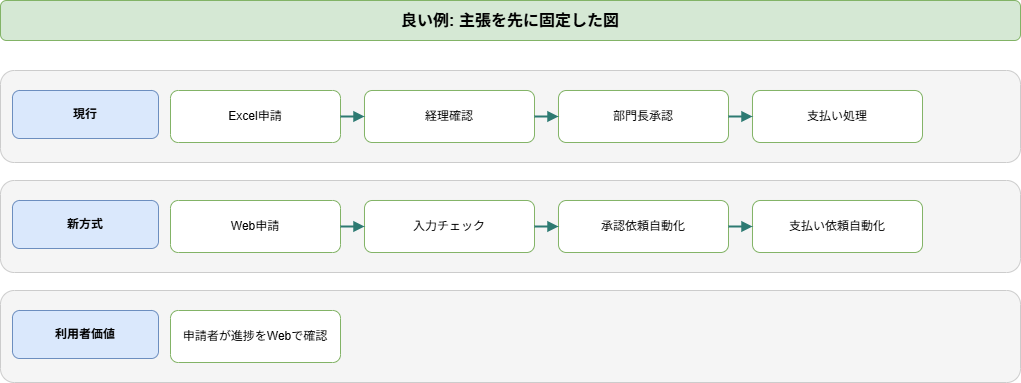
kaku3/workbooks keeps this draw.io diagram as docs/zukai-drill/data/diagrams/expense-workflow-redesign_good-diagram.drawio.png. Above is the earlier version. Source tidied: cells renumbered, new cells last; positions are measured from the earlier drawing's top-left corner, leaving out a move shared by most shapes. The source it was exported from:
```xml
<mxGraphModel>
  <root>
    <mxCell id="0" />
    <mxCell id="1" parent="0" />
    <mxCell id="2" value="良い例: 主張を先に固定した図" style="rounded=1;whiteSpace=wrap;html=1;fillColor=#d5e8d4;strokeColor=#82b366;fontSize=16;fontStyle=1;" parent="1" vertex="1">
      <mxGeometry width="1020" height="40" as="geometry" />
    </mxCell>
    <mxCell id="3" style="rounded=1;whiteSpace=wrap;html=1;fillColor=#f5f5f5;strokeColor=#cccccc;" parent="1" vertex="1">
      <mxGeometry y="70" width="1020" height="92" as="geometry" />
    </mxCell>
    <mxCell id="4" value="現行" style="rounded=1;whiteSpace=wrap;html=1;fillColor=#dae8fc;strokeColor=#6c8ebf;fontStyle=1;" parent="1" vertex="1">
      <mxGeometry x="12" y="90" width="146" height="48" as="geometry" />
    </mxCell>
    <mxCell id="5" value="Excel申請" style="rounded=1;whiteSpace=wrap;html=1;fillColor=#ffffff;strokeColor=#82b366;" parent="1" vertex="1">
      <mxGeometry x="170" y="90" width="170" height="52" as="geometry" />
    </mxCell>
    <mxCell id="6" value="経理確認" style="rounded=1;whiteSpace=wrap;html=1;fillColor=#ffffff;strokeColor=#82b366;" parent="1" vertex="1">
      <mxGeometry x="364" y="90" width="170" height="52" as="geometry" />
    </mxCell>
    <mxCell id="7" style="endArrow=block;html=1;rounded=0;strokeColor=#2d7a72;strokeWidth=2;" parent="1" edge="1" source="5" target="6">
      <mxGeometry relative="1" as="geometry" />
    </mxCell>
    <mxCell id="8" value="部門長承認" style="rounded=1;whiteSpace=wrap;html=1;fillColor=#ffffff;strokeColor=#82b366;" parent="1" vertex="1">
      <mxGeometry x="558" y="90" width="170" height="52" as="geometry" />
    </mxCell>
    <mxCell id="9" style="endArrow=block;html=1;rounded=0;strokeColor=#2d7a72;strokeWidth=2;" parent="1" edge="1" source="6" target="8">
      <mxGeometry relative="1" as="geometry" />
    </mxCell>
    <mxCell id="10" value="支払い処理" style="rounded=1;whiteSpace=wrap;html=1;fillColor=#ffffff;strokeColor=#82b366;" parent="1" vertex="1">
      <mxGeometry x="752" y="90" width="170" height="52" as="geometry" />
    </mxCell>
    <mxCell id="11" style="endArrow=block;html=1;rounded=0;strokeColor=#2d7a72;strokeWidth=2;" parent="1" edge="1" source="8" target="10">
      <mxGeometry relative="1" as="geometry" />
    </mxCell>
    <mxCell id="12" style="rounded=1;whiteSpace=wrap;html=1;fillColor=#f5f5f5;strokeColor=#cccccc;" parent="1" vertex="1">
      <mxGeometry y="180" width="1020" height="92" as="geometry" />
    </mxCell>
    <mxCell id="13" value="新方式" style="rounded=1;whiteSpace=wrap;html=1;fillColor=#dae8fc;strokeColor=#6c8ebf;fontStyle=1;" parent="1" vertex="1">
      <mxGeometry x="12" y="200" width="146" height="48" as="geometry" />
    </mxCell>
    <mxCell id="14" value="Web申請" style="rounded=1;whiteSpace=wrap;html=1;fillColor=#ffffff;strokeColor=#82b366;" parent="1" vertex="1">
      <mxGeometry x="170" y="200" width="170" height="52" as="geometry" />
    </mxCell>
    <mxCell id="15" value="入力チェック" style="rounded=1;whiteSpace=wrap;html=1;fillColor=#ffffff;strokeColor=#82b366;" parent="1" vertex="1">
      <mxGeometry x="364" y="200" width="170" height="52" as="geometry" />
    </mxCell>
    <mxCell id="16" style="endArrow=block;html=1;rounded=0;strokeColor=#2d7a72;strokeWidth=2;" parent="1" edge="1" source="14" target="15">
      <mxGeometry relative="1" as="geometry" />
    </mxCell>
    <mxCell id="17" value="承認依頼自動化" style="rounded=1;whiteSpace=wrap;html=1;fillColor=#ffffff;strokeColor=#82b366;" parent="1" vertex="1">
      <mxGeometry x="558" y="200" width="170" height="52" as="geometry" />
    </mxCell>
    <mxCell id="18" style="endArrow=block;html=1;rounded=0;strokeColor=#2d7a72;strokeWidth=2;" parent="1" edge="1" source="15" target="17">
      <mxGeometry relative="1" as="geometry" />
    </mxCell>
    <mxCell id="19" value="支払い依頼自動化" style="rounded=1;whiteSpace=wrap;html=1;fillColor=#ffffff;strokeColor=#82b366;" parent="1" vertex="1">
      <mxGeometry x="752" y="200" width="170" height="52" as="geometry" />
    </mxCell>
    <mxCell id="20" style="endArrow=block;html=1;rounded=0;strokeColor=#2d7a72;strokeWidth=2;" parent="1" edge="1" source="17" target="19">
      <mxGeometry relative="1" as="geometry" />
    </mxCell>
    <mxCell id="21" style="rounded=1;whiteSpace=wrap;html=1;fillColor=#f5f5f5;strokeColor=#cccccc;" parent="1" vertex="1">
      <mxGeometry y="290" width="1020" height="92" as="geometry" />
    </mxCell>
    <mxCell id="22" value="利用者価値" style="rounded=1;whiteSpace=wrap;html=1;fillColor=#dae8fc;strokeColor=#6c8ebf;fontStyle=1;" parent="1" vertex="1">
      <mxGeometry x="12" y="310" width="146" height="48" as="geometry" />
    </mxCell>
    <mxCell id="23" value="申請者が進捗をWebで確認" style="rounded=1;whiteSpace=wrap;html=1;fillColor=#ffffff;strokeColor=#82b366;" parent="1" vertex="1">
      <mxGeometry x="170" y="310" width="170" height="52" as="geometry" />
    </mxCell>
  </root>
</mxGraphModel>
```
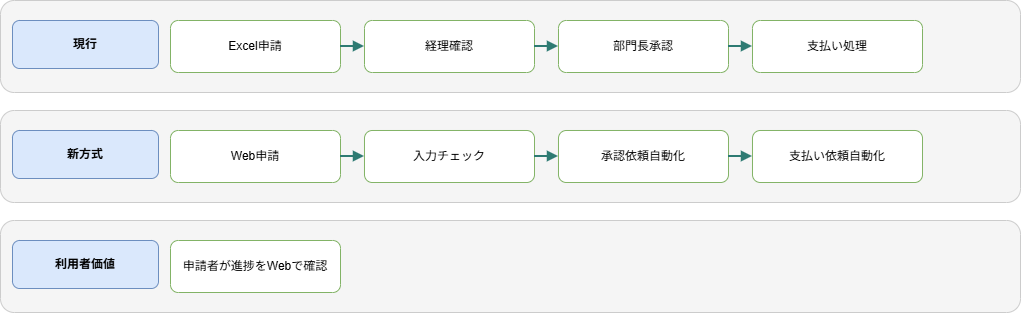
The same file after the commit.

Diff of the diagram source:
```diff
@@ -2,9 +2,6 @@
   <root>
     <mxCell id="0" />
     <mxCell id="1" parent="0" />
-    <mxCell id="2" value="良い例: 主張を先に固定した図" style="rounded=1;whiteSpace=wrap;html=1;fillColor=#d5e8d4;strokeColor=#82b366;fontSize=16;fontStyle=1;" parent="1" vertex="1">
-      <mxGeometry width="1020" height="40" as="geometry" />
-    </mxCell>
     <mxCell id="3" style="rounded=1;whiteSpace=wrap;html=1;fillColor=#f5f5f5;strokeColor=#cccccc;" parent="1" vertex="1">
       <mxGeometry y="70" width="1020" height="92" as="geometry" />
     </mxCell>
```
